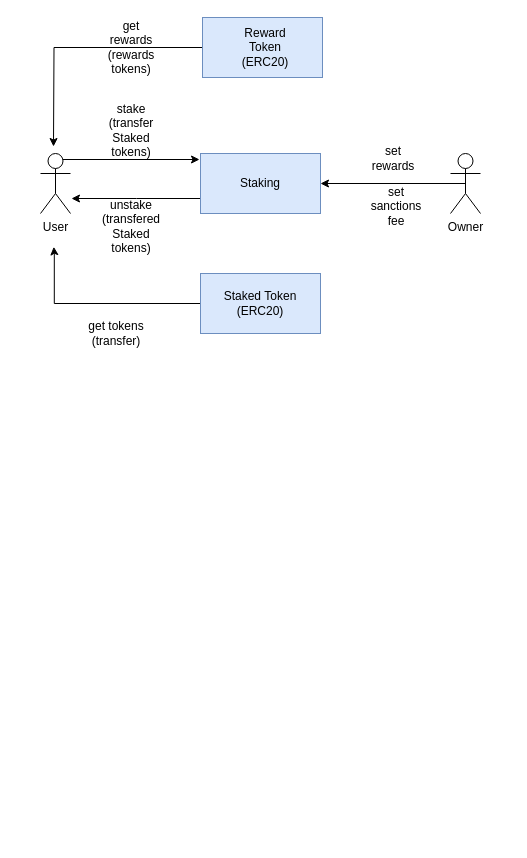
Earlier version of the draw.io diagram Untitled Diagram.drawio (Mariesnlk/staking-docs). Source tidied: cells renumbered, new cells numbered last; positions are measured from the earlier drawing's top-left corner, leaving out a move shared by most shapes. Both pictures are drawn from the tidied source at 100%, with x=0, y=0 at pixel (40, 17).
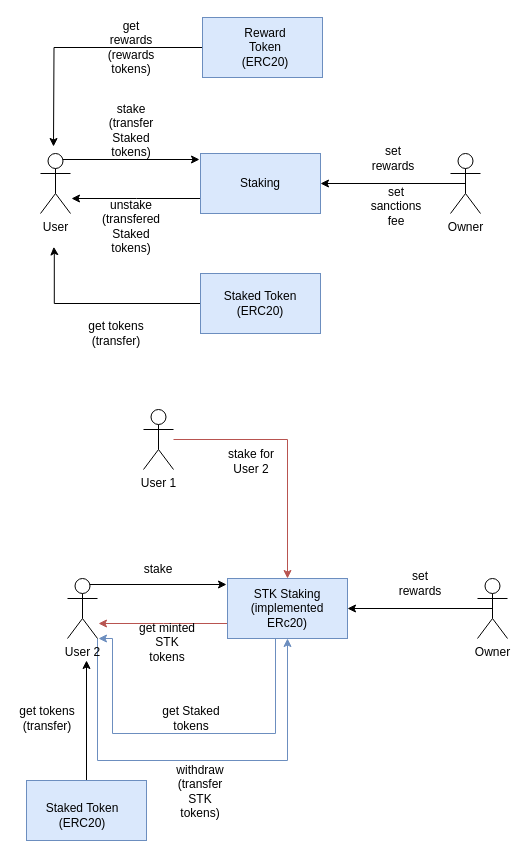
The same page after the edit.

What changed in the source:
```diff
@@
+    <mxCell id="22" style="edgeStyle=orthogonalEdgeStyle;rounded=0;jettySize=auto;html=1;exitX=0.5;exitY=0;exitDx=0;exitDy=0;" parent="1" edge="1" source="23">
+      <mxGeometry relative="1" as="geometry">
+        <mxPoint x="46" y="643" as="targetPoint" />
+      </mxGeometry>
+    </mxCell>
+    <mxCell id="23" style="rounded=0;whiteSpace=wrap;html=1;fillColor=#dae8fc;strokeColor=#6c8ebf;" parent="1" vertex="1">
+      <mxGeometry x="-14" y="763" width="120" height="60" as="geometry" />
+    </mxCell>
+    <mxCell id="24" value="Staked&amp;nbsp;Token (ERC20)" style="text;html=1;strokeColor=none;fillColor=none;align=center;verticalAlign=middle;whiteSpace=wrap;rounded=0;" parent="1" vertex="1">
+      <mxGeometry x="16" y="785" width="52" height="26" as="geometry" />
+    </mxCell>
+    <mxCell id="25" style="edgeStyle=orthogonalEdgeStyle;rounded=0;jettySize=auto;html=1;exitX=0;exitY=0.75;exitDx=0;exitDy=0;fillColor=#f8cecc;strokeColor=#b85450;" parent="1" edge="1" source="27">
+      <mxGeometry relative="1" as="geometry">
+        <mxPoint x="58" y="606" as="targetPoint" />
+      </mxGeometry>
+    </mxCell>
+    <mxCell id="26" style="edgeStyle=orthogonalEdgeStyle;rounded=0;jettySize=auto;html=1;exitX=0.25;exitY=1;exitDx=0;exitDy=0;fillColor=#dae8fc;strokeColor=#6c8ebf;" parent="1" edge="1" source="27">
+      <mxGeometry relative="1" as="geometry">
+        <mxPoint x="58" y="621" as="targetPoint" />
+        <Array as="points">
+          <mxPoint x="235" y="621" />
+          <mxPoint x="235" y="716" />
+          <mxPoint x="72" y="716" />
+          <mxPoint x="72" y="621" />
+        </Array>
+      </mxGeometry>
+    </mxCell>
+    <mxCell id="27" style="rounded=0;whiteSpace=wrap;html=1;fillColor=#dae8fc;strokeColor=#6c8ebf;" parent="1" vertex="1">
+      <mxGeometry x="187" y="561" width="120" height="60" as="geometry" />
+    </mxCell>
+    <mxCell id="28" value="STK Staking (implemented ERc20)" style="text;html=1;strokeColor=none;fillColor=none;align=center;verticalAlign=middle;whiteSpace=wrap;rounded=0;" parent="1" vertex="1">
+      <mxGeometry x="217" y="576" width="60" height="30" as="geometry" />
+    </mxCell>
+    <mxCell id="29" style="edgeStyle=none;rounded=0;jettySize=auto;html=1;exitX=0.75;exitY=0.1;exitDx=0;exitDy=0;exitPerimeter=0;" parent="1" edge="1" source="31">
+      <mxGeometry relative="1" as="geometry">
+        <mxPoint x="186" y="567" as="targetPoint" />
+      </mxGeometry>
+    </mxCell>
+    <mxCell id="30" style="edgeStyle=orthogonalEdgeStyle;rounded=0;jettySize=auto;html=1;exitX=1;exitY=1;exitDx=0;exitDy=0;exitPerimeter=0;entryX=0.5;entryY=1;entryDx=0;entryDy=0;fillColor=#dae8fc;strokeColor=#6c8ebf;" parent="1" edge="1" source="31" target="27">
+      <mxGeometry relative="1" as="geometry">
+        <Array as="points">
+          <mxPoint x="57" y="743" />
+          <mxPoint x="247" y="743" />
+        </Array>
+      </mxGeometry>
+    </mxCell>
+    <mxCell id="31" value="User 2" style="shape=umlActor;verticalLabelPosition=bottom;verticalAlign=top;html=1;outlineConnect=0;" parent="1" vertex="1">
+      <mxGeometry x="27" y="561" width="30" height="60" as="geometry" />
+    </mxCell>
+    <mxCell id="32" style="edgeStyle=orthogonalEdgeStyle;rounded=0;jettySize=auto;html=1;exitX=0.5;exitY=0.5;exitDx=0;exitDy=0;exitPerimeter=0;entryX=1;entryY=0.5;entryDx=0;entryDy=0;" parent="1" edge="1" source="33" target="27">
+      <mxGeometry relative="1" as="geometry" />
+    </mxCell>
+    <mxCell id="33" value="Owner" style="shape=umlActor;verticalLabelPosition=bottom;verticalAlign=top;html=1;outlineConnect=0;" parent="1" vertex="1">
+      <mxGeometry x="437" y="561" width="30" height="60" as="geometry" />
+    </mxCell>
+    <mxCell id="34" style="edgeStyle=none;rounded=0;orthogonalLoop=1;jettySize=auto;html=1;exitX=0.5;exitY=0;exitDx=0;exitDy=0;" parent="1" edge="1">
+      <mxGeometry relative="1" as="geometry">
+        <mxPoint x="412" y="681" as="sourcePoint" />
+        <mxPoint x="412" y="681" as="targetPoint" />
+      </mxGeometry>
+    </mxCell>
+    <mxCell id="35" value="get tokens (transfer)" style="text;html=1;strokeColor=none;fillColor=none;align=center;verticalAlign=middle;whiteSpace=wrap;rounded=0;" parent="1" vertex="1">
+      <mxGeometry x="-23" y="686" width="60" height="30" as="geometry" />
+    </mxCell>
+    <mxCell id="36" value="set rewards" style="text;html=1;strokeColor=none;fillColor=none;align=center;verticalAlign=middle;whiteSpace=wrap;rounded=0;" parent="1" vertex="1">
+      <mxGeometry x="350" y="551" width="60" height="30" as="geometry" />
+    </mxCell>
+    <mxCell id="37" value="stake" style="text;html=1;strokeColor=none;fillColor=none;align=center;verticalAlign=middle;whiteSpace=wrap;rounded=0;" parent="1" vertex="1">
+      <mxGeometry x="88" y="537" width="60" height="30" as="geometry" />
+    </mxCell>
+    <mxCell id="38" style="edgeStyle=orthogonalEdgeStyle;rounded=0;jettySize=auto;html=1;entryX=0.5;entryY=0;entryDx=0;entryDy=0;fillColor=#f8cecc;strokeColor=#b85450;" parent="1" edge="1" source="39" target="27">
+      <mxGeometry relative="1" as="geometry" />
+    </mxCell>
+    <mxCell id="39" value="User 1" style="shape=umlActor;verticalLabelPosition=bottom;verticalAlign=top;html=1;outlineConnect=0;" parent="1" vertex="1">
+      <mxGeometry x="103" y="392" width="30" height="60" as="geometry" />
+    </mxCell>
+    <mxCell id="40" value="stake for User 2" style="text;html=1;strokeColor=none;fillColor=none;align=center;verticalAlign=middle;whiteSpace=wrap;rounded=0;" parent="1" vertex="1">
+      <mxGeometry x="181" y="429" width="60" height="30" as="geometry" />
+    </mxCell>
+    <mxCell id="41" value="get minted STK tokens" style="text;html=1;strokeColor=none;fillColor=none;align=center;verticalAlign=middle;whiteSpace=wrap;rounded=0;" parent="1" vertex="1">
+      <mxGeometry x="97" y="610" width="60" height="30" as="geometry" />
+    </mxCell>
+    <mxCell id="42" value="withdraw (transfer STK tokens)" style="text;html=1;strokeColor=none;fillColor=none;align=center;verticalAlign=middle;whiteSpace=wrap;rounded=0;" parent="1" vertex="1">
+      <mxGeometry x="130" y="759" width="60" height="30" as="geometry" />
+    </mxCell>
+    <mxCell id="43" value="get Staked tokens" style="text;html=1;strokeColor=none;fillColor=none;align=center;verticalAlign=middle;whiteSpace=wrap;rounded=0;" parent="1" vertex="1">
+      <mxGeometry x="121" y="686" width="60" height="30" as="geometry" />
+    </mxCell>
```
